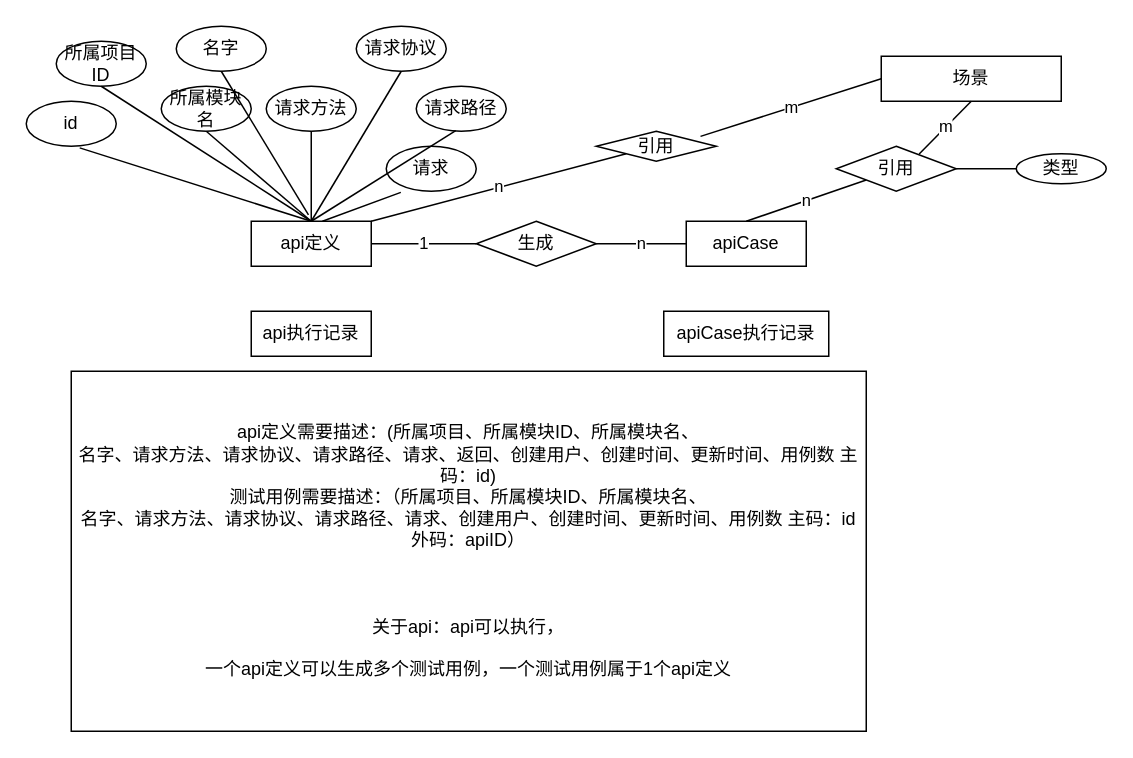
Earlier version of the draw.io diagram 未命名绘图1.drawio (TesterPi/test). Source tidied: cells renumbered, new cells numbered last; positions are measured from the earlier drawing's top-left corner, leaving out a move shared by most shapes. Both pictures are drawn from the tidied source at 150%, with x=0, y=0 at pixel (26, 26).
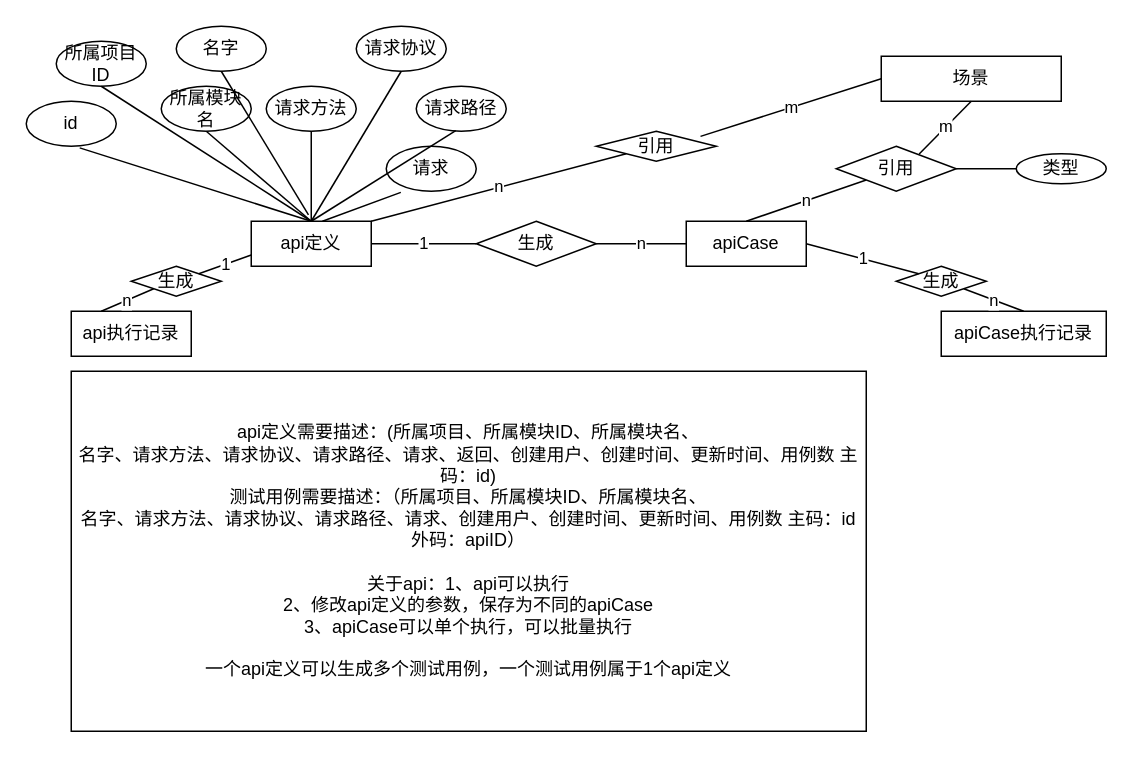
After the change.

Commit message (it also covers changes not shown here):
更新未命名绘图1.drawio

Unchanged cells that the change refers to:
```xml
<mxCell id="3" value="api定义" style="rounded=0;whiteSpace=wrap;html=1;" parent="1" vertex="1">
  <mxGeometry x="150" y="130" width="80" height="30" as="geometry" />
</mxCell>
<mxCell id="9" value="apiCase" style="rounded=0;whiteSpace=wrap;html=1;" parent="1" vertex="1">
  <mxGeometry x="440" y="130" width="80" height="30" as="geometry" />
</mxCell>
```

Diff of the diagram source:
```diff
@@
-    <mxCell id="10" value="api定义需要描述：(所属项目、所属模块ID、所属模块名、&lt;br&gt;名字、请求方法、请求协议、请求路径、请求、返回、创建用户、创建时间、更新时间、用例数 主码：id)&lt;br&gt;测试用例需要描述：（所属项目、所属模块ID、所属模块名、&lt;br&gt;名字、请求方法、请求协议、请求路径、请求、创建用户、创建时间、更新时间、用例数 主码：id 外码：apiID）&lt;br&gt;&lt;br&gt;&lt;br&gt;&lt;br&gt;关于api：api可以执行，&lt;br&gt;&lt;br&gt;一个api定义可以生成多个测试用例，一个测试用例属于1个api定义" style="rounded=0;whiteSpace=wrap;html=1;" parent="1" vertex="1">
+    <mxCell id="10" value="api定义需要描述：(所属项目、所属模块ID、所属模块名、&lt;br&gt;名字、请求方法、请求协议、请求路径、请求、返回、创建用户、创建时间、更新时间、用例数 主码：id)&lt;br&gt;测试用例需要描述：（所属项目、所属模块ID、所属模块名、&lt;br&gt;名字、请求方法、请求协议、请求路径、请求、创建用户、创建时间、更新时间、用例数 主码：id 外码：apiID）&lt;br&gt;&lt;br&gt;关于api：1、api可以执行&lt;br&gt;2、修改api定义的参数，保存为不同的apiCase&lt;br&gt;3、apiCase可以单个执行，可以批量执行&lt;br&gt;&lt;br&gt;一个api定义可以生成多个测试用例，一个测试用例属于1个api定义" style="rounded=0;whiteSpace=wrap;html=1;" parent="1" vertex="1">
       <mxGeometry x="30" y="230" width="530" height="240" as="geometry" />
     </mxCell>
@@
     <mxCell id="24" value="api执行记录" style="rounded=0;whiteSpace=wrap;html=1;" parent="1" vertex="1">
-      <mxGeometry x="150" y="190" width="80" height="30" as="geometry" />
+      <mxGeometry x="30" y="190" width="80" height="30" as="geometry" />
     </mxCell>
     <mxCell id="25" value="apiCase执行记录" style="rounded=0;whiteSpace=wrap;html=1;" parent="1" vertex="1">
-      <mxGeometry x="425" y="190" width="110" height="30" as="geometry" />
+      <mxGeometry x="610" y="190" width="110" height="30" as="geometry" />
     </mxCell>
@@
+    <mxCell id="35" value="生成" style="rhombus;whiteSpace=wrap;html=1;" parent="1" vertex="1">
+      <mxGeometry x="70" y="160" width="60" height="20" as="geometry" />
+    </mxCell>
+    <mxCell id="36" value="1" style="endArrow=none;html=1;rounded=0;entryX=0;entryY=0.75;entryDx=0;entryDy=0;exitX=1;exitY=0;exitDx=0;exitDy=0;" parent="1" edge="1" source="35" target="3">
+      <mxGeometry relative="1" as="geometry" />
+    </mxCell>
+    <mxCell id="37" value="n" style="endArrow=none;html=1;rounded=0;entryX=0;entryY=1;entryDx=0;entryDy=0;exitX=0.25;exitY=0;exitDx=0;exitDy=0;" parent="1" edge="1" source="24" target="35">
+      <mxGeometry relative="1" as="geometry" />
+    </mxCell>
+    <mxCell id="38" value="生成" style="rhombus;whiteSpace=wrap;html=1;" parent="1" vertex="1">
+      <mxGeometry x="580" y="160" width="60" height="20" as="geometry" />
+    </mxCell>
+    <mxCell id="39" value="1" style="endArrow=none;html=1;rounded=0;curved=1;entryX=0;entryY=0;entryDx=0;entryDy=0;exitX=1;exitY=0.5;exitDx=0;exitDy=0;" parent="1" edge="1" source="9" target="38">
+      <mxGeometry relative="1" as="geometry" />
+    </mxCell>
+    <mxCell id="40" value="n" style="endArrow=none;html=1;rounded=0;curved=1;entryX=1;entryY=1;entryDx=0;entryDy=0;exitX=0.5;exitY=0;exitDx=0;exitDy=0;" parent="1" edge="1" source="25" target="38">
+      <mxGeometry relative="1" as="geometry" />
+    </mxCell>
```
